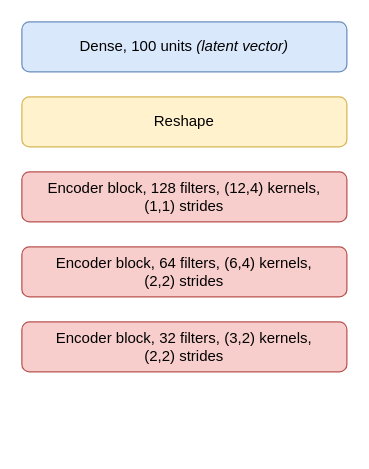
The draw.io diagram decoder.drawio in LucaCappelletti94/repairing_genomic_gaps, before the edit. Source tidied: cells renumbered, new cells numbered last; positions are measured from the earlier drawing's top-left corner, leaving out a move shared by most shapes. Both pictures are drawn from the tidied source at 125%, with x=0, y=0 at pixel (21, 21).
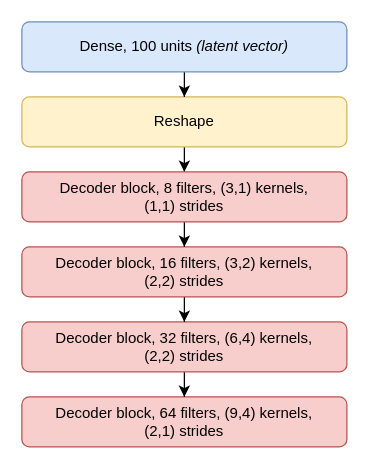
After the change.

Change to the diagram source:
```diff
@@
 <mxGraphModel>
   <root>
     <mxCell id="0" />
     <mxCell id="1" parent="0" />
-    <mxCell id="2" value="Encoder block, 128 filters, (12,4) kernels,&lt;br&gt;(1,1) strides" style="rounded=1;whiteSpace=wrap;html=1;fillColor=#f8cecc;strokeColor=#b85450;" parent="1" vertex="1">
-      <mxGeometry y="120" width="260" height="40" as="geometry" />
+    <mxCell id="2" value="Decoder block, 64 filters, (9,4) kernels,&lt;br&gt;(2,1) strides" style="rounded=1;whiteSpace=wrap;html=1;fillColor=#f8cecc;strokeColor=#b85450;" parent="1" vertex="1">
+      <mxGeometry y="300" width="260" height="40" as="geometry" />
     </mxCell>
+    <mxCell id="7" style="edgeStyle=orthogonalEdgeStyle;rounded=0;jettySize=auto;html=1;" parent="1" edge="1" source="3" target="2">
+      <mxGeometry relative="1" as="geometry" />
+    </mxCell>
-    <mxCell id="3" value="Encoder block, 64 filters, (6,4) kernels,&lt;br&gt;(2,2) strides" style="rounded=1;whiteSpace=wrap;html=1;fillColor=#f8cecc;strokeColor=#b85450;" parent="1" vertex="1">
-      <mxGeometry y="180" width="260" height="40" as="geometry" />
+    <mxCell id="3" value="Decoder block, 32 filters, (6,4) kernels,&lt;br&gt;(2,2) strides" style="rounded=1;whiteSpace=wrap;html=1;fillColor=#f8cecc;strokeColor=#b85450;" parent="1" vertex="1">
+      <mxGeometry y="240" width="260" height="40" as="geometry" />
     </mxCell>
+    <mxCell id="8" style="edgeStyle=orthogonalEdgeStyle;rounded=0;jettySize=auto;html=1;" parent="1" edge="1" source="4" target="3">
+      <mxGeometry relative="1" as="geometry" />
+    </mxCell>
-    <mxCell id="4" value="Encoder block, 32 filters, (3,2) kernels,&lt;br&gt;(2,2) strides" style="rounded=1;whiteSpace=wrap;html=1;fillColor=#f8cecc;strokeColor=#b85450;" parent="1" vertex="1">
-      <mxGeometry y="240" width="260" height="40" as="geometry" />
+    <mxCell id="4" value="Decoder block, 16 filters, (3,2) kernels,&lt;br&gt;(2,2) strides" style="rounded=1;whiteSpace=wrap;html=1;fillColor=#f8cecc;strokeColor=#b85450;" parent="1" vertex="1">
+      <mxGeometry y="180" width="260" height="40" as="geometry" />
     </mxCell>
+    <mxCell id="9" style="edgeStyle=orthogonalEdgeStyle;rounded=0;jettySize=auto;html=1;" parent="1" edge="1" source="5" target="12">
+      <mxGeometry relative="1" as="geometry" />
+    </mxCell>
     <mxCell id="5" value="Reshape" style="rounded=1;whiteSpace=wrap;html=1;fillColor=#fff2cc;strokeColor=#d6b656;" parent="1" vertex="1">
       <mxGeometry y="60" width="260" height="40" as="geometry" />
     </mxCell>
+    <mxCell id="10" style="edgeStyle=orthogonalEdgeStyle;rounded=0;jettySize=auto;html=1;" parent="1" edge="1" source="6" target="5">
+      <mxGeometry relative="1" as="geometry" />
+    </mxCell>
     <mxCell id="6" value="Dense, 100 units &lt;i&gt;(latent vector)&lt;/i&gt;" style="rounded=1;whiteSpace=wrap;html=1;fillColor=#dae8fc;strokeColor=#6c8ebf;" parent="1" vertex="1">
       <mxGeometry width="260" height="40" as="geometry" />
     </mxCell>
+    <mxCell id="11" style="edgeStyle=orthogonalEdgeStyle;rounded=0;jettySize=auto;html=1;" parent="1" edge="1" source="12" target="4">
+      <mxGeometry relative="1" as="geometry" />
+    </mxCell>
+    <mxCell id="12" value="Decoder&amp;nbsp;block, 8 filters, (3,1) kernels,&lt;br&gt;(1,1) strides" style="rounded=1;whiteSpace=wrap;html=1;fillColor=#f8cecc;strokeColor=#b85450;" parent="1" vertex="1">
+      <mxGeometry y="120" width="260" height="40" as="geometry" />
+    </mxCell>
   </root>
 </mxGraphModel>
```
